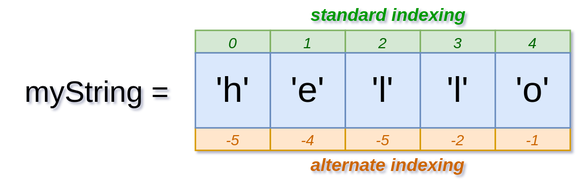
Before: Python_String_Sequence.svg, a diagram exported from draw.io (dcarroll242/dcarroll242.github.io). Source tidied: cells renumbered, new cells last; positions are measured from the earlier drawing's top-left corner, leaving out a move shared by most shapes.
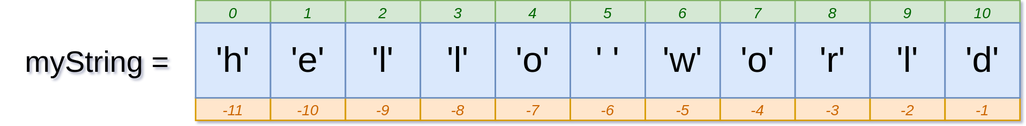
Later version of the same file.

The edit, as a diff of the source:
```diff
@@ -5,19 +5,19 @@
     <mxCell id="2" value="myString =&amp;nbsp;" style="text;html=1;strokeColor=none;fillColor=none;align=right;verticalAlign=middle;whiteSpace=wrap;rounded=0;fontSize=20;" parent="1" vertex="1">
       <mxGeometry y="50" width="120" height="20" as="geometry" />
     </mxCell>
-    <mxCell id="3" value="&lt;font size=&quot;1&quot;&gt;&lt;i&gt;-5&lt;/i&gt;&lt;/font&gt;" style="rounded=0;whiteSpace=wrap;html=1;fillColor=#ffe6cc;strokeColor=#d79b00;fontColor=#CC6600;" parent="1" vertex="1">
+    <mxCell id="3" value="&lt;font size=&quot;1&quot;&gt;&lt;i&gt;-11&lt;/i&gt;&lt;/font&gt;" style="rounded=0;whiteSpace=wrap;html=1;fillColor=#ffe6cc;strokeColor=#d79b00;fontColor=#CC6600;" parent="1" vertex="1">
       <mxGeometry x="130" y="85" width="50" height="15" as="geometry" />
     </mxCell>
-    <mxCell id="4" value="&lt;font size=&quot;1&quot;&gt;&lt;i&gt;-4&lt;/i&gt;&lt;/font&gt;" style="rounded=0;whiteSpace=wrap;html=1;fillColor=#ffe6cc;strokeColor=#d79b00;fontColor=#CC6600;" parent="1" vertex="1">
+    <mxCell id="4" value="&lt;font size=&quot;1&quot;&gt;&lt;i&gt;-10&lt;/i&gt;&lt;/font&gt;" style="rounded=0;whiteSpace=wrap;html=1;fillColor=#ffe6cc;strokeColor=#d79b00;fontColor=#CC6600;" parent="1" vertex="1">
       <mxGeometry x="180" y="85" width="50" height="15" as="geometry" />
     </mxCell>
-    <mxCell id="5" value="&lt;font size=&quot;1&quot;&gt;&lt;i&gt;-5&lt;/i&gt;&lt;/font&gt;" style="rounded=0;whiteSpace=wrap;html=1;fillColor=#ffe6cc;strokeColor=#d79b00;fontColor=#CC6600;" parent="1" vertex="1">
+    <mxCell id="5" value="&lt;font size=&quot;1&quot;&gt;&lt;i&gt;-9&lt;/i&gt;&lt;/font&gt;" style="rounded=0;whiteSpace=wrap;html=1;fillColor=#ffe6cc;strokeColor=#d79b00;fontColor=#CC6600;" parent="1" vertex="1">
       <mxGeometry x="230" y="85" width="50" height="15" as="geometry" />
     </mxCell>
-    <mxCell id="6" value="&lt;font size=&quot;1&quot;&gt;&lt;i&gt;-2&lt;/i&gt;&lt;/font&gt;" style="rounded=0;whiteSpace=wrap;html=1;fillColor=#ffe6cc;strokeColor=#d79b00;fontColor=#CC6600;" parent="1" vertex="1">
+    <mxCell id="6" value="&lt;font size=&quot;1&quot;&gt;&lt;i&gt;-8&lt;/i&gt;&lt;/font&gt;" style="rounded=0;whiteSpace=wrap;html=1;fillColor=#ffe6cc;strokeColor=#d79b00;fontColor=#CC6600;" parent="1" vertex="1">
       <mxGeometry x="280" y="85" width="50" height="15" as="geometry" />
     </mxCell>
-    <mxCell id="7" value="&lt;font size=&quot;1&quot;&gt;&lt;i&gt;-1&lt;/i&gt;&lt;/font&gt;" style="rounded=0;whiteSpace=wrap;html=1;fillColor=#ffe6cc;strokeColor=#d79b00;fontColor=#CC6600;" parent="1" vertex="1">
+    <mxCell id="7" value="&lt;font size=&quot;1&quot;&gt;&lt;i&gt;-7&lt;/i&gt;&lt;/font&gt;" style="rounded=0;whiteSpace=wrap;html=1;fillColor=#ffe6cc;strokeColor=#d79b00;fontColor=#CC6600;" parent="1" vertex="1">
       <mxGeometry x="330" y="85" width="50" height="15" as="geometry" />
     </mxCell>
     <mxCell id="8" value="&lt;font size=&quot;1&quot;&gt;&lt;i&gt;0&lt;/i&gt;&lt;/font&gt;" style="rounded=0;whiteSpace=wrap;html=1;fillColor=#d5e8d4;strokeColor=#82b366;fontColor=#006600;" parent="1" vertex="1">
@@ -35,12 +35,6 @@
     <mxCell id="12" value="&lt;font size=&quot;1&quot;&gt;&lt;i&gt;4&lt;/i&gt;&lt;/font&gt;" style="rounded=0;whiteSpace=wrap;html=1;fillColor=#d5e8d4;strokeColor=#82b366;fontColor=#006600;" parent="1" vertex="1">
       <mxGeometry x="330" y="20" width="50" height="15" as="geometry" />
     </mxCell>
-    <mxCell id="13" value="standard indexing" style="text;html=1;strokeColor=none;fillColor=none;align=left;verticalAlign=middle;whiteSpace=wrap;rounded=0;fontSize=12;fontStyle=3;fontColor=#009900;" parent="1" vertex="1">
-      <mxGeometry x="205" width="115" height="20" as="geometry" />
-    </mxCell>
-    <mxCell id="14" value="alternate indexing" style="text;html=1;strokeColor=none;fillColor=none;align=left;verticalAlign=middle;whiteSpace=wrap;rounded=0;fontSize=12;fontStyle=3;fontColor=#CC6600;" parent="1" vertex="1">
-      <mxGeometry x="205" y="100" width="105" height="20" as="geometry" />
-    </mxCell>
     <mxCell id="15" value="&lt;span style=&quot;font-size: 24px&quot;&gt;&lt;span&gt;'h'&lt;/span&gt;&lt;/span&gt;" style="rounded=0;whiteSpace=wrap;html=1;fillColor=#dae8fc;strokeColor=#6c8ebf;fontStyle=0;" parent="1" vertex="1">
       <mxGeometry x="130" y="35" width="50" height="50" as="geometry" />
     </mxCell>
@@ -56,5 +50,59 @@
     <mxCell id="19" value="&lt;span style=&quot;font-size: 24px&quot;&gt;'o'&lt;/span&gt;" style="rounded=0;whiteSpace=wrap;html=1;fillColor=#dae8fc;strokeColor=#6c8ebf;fontStyle=0;" parent="1" vertex="1">
       <mxGeometry x="330" y="35" width="50" height="50" as="geometry" />
     </mxCell>
+    <mxCell id="20" value="&lt;font size=&quot;1&quot;&gt;&lt;i&gt;-6&lt;/i&gt;&lt;/font&gt;" style="rounded=0;whiteSpace=wrap;html=1;fillColor=#ffe6cc;strokeColor=#d79b00;fontColor=#CC6600;" parent="1" vertex="1">
+      <mxGeometry x="380" y="85" width="50" height="15" as="geometry" />
+    </mxCell>
+    <mxCell id="21" value="&lt;font size=&quot;1&quot;&gt;&lt;i&gt;-5&lt;/i&gt;&lt;/font&gt;" style="rounded=0;whiteSpace=wrap;html=1;fillColor=#ffe6cc;strokeColor=#d79b00;fontColor=#CC6600;" parent="1" vertex="1">
+      <mxGeometry x="430" y="85" width="50" height="15" as="geometry" />
+    </mxCell>
+    <mxCell id="22" value="&lt;font size=&quot;1&quot;&gt;&lt;i&gt;-4&lt;/i&gt;&lt;/font&gt;" style="rounded=0;whiteSpace=wrap;html=1;fillColor=#ffe6cc;strokeColor=#d79b00;fontColor=#CC6600;" parent="1" vertex="1">
+      <mxGeometry x="480" y="85" width="50" height="15" as="geometry" />
+    </mxCell>
+    <mxCell id="23" value="&lt;font size=&quot;1&quot;&gt;&lt;i&gt;-3&lt;/i&gt;&lt;/font&gt;" style="rounded=0;whiteSpace=wrap;html=1;fillColor=#ffe6cc;strokeColor=#d79b00;fontColor=#CC6600;" parent="1" vertex="1">
+      <mxGeometry x="530" y="85" width="50" height="15" as="geometry" />
+    </mxCell>
+    <mxCell id="24" value="&lt;font size=&quot;1&quot;&gt;&lt;i&gt;-2&lt;/i&gt;&lt;/font&gt;" style="rounded=0;whiteSpace=wrap;html=1;fillColor=#ffe6cc;strokeColor=#d79b00;fontColor=#CC6600;" parent="1" vertex="1">
+      <mxGeometry x="580" y="85" width="50" height="15" as="geometry" />
+    </mxCell>
+    <mxCell id="25" value="&lt;font size=&quot;1&quot;&gt;&lt;i&gt;5&lt;/i&gt;&lt;/font&gt;" style="rounded=0;whiteSpace=wrap;html=1;fillColor=#d5e8d4;strokeColor=#82b366;fontColor=#006600;" parent="1" vertex="1">
+      <mxGeometry x="380" y="20" width="50" height="15" as="geometry" />
+    </mxCell>
+    <mxCell id="26" value="&lt;font size=&quot;1&quot;&gt;&lt;i&gt;6&lt;/i&gt;&lt;/font&gt;" style="rounded=0;whiteSpace=wrap;html=1;fillColor=#d5e8d4;strokeColor=#82b366;fontColor=#006600;" parent="1" vertex="1">
+      <mxGeometry x="430" y="20" width="50" height="15" as="geometry" />
+    </mxCell>
+    <mxCell id="27" value="&lt;font size=&quot;1&quot;&gt;&lt;i&gt;7&lt;/i&gt;&lt;/font&gt;" style="rounded=0;whiteSpace=wrap;html=1;fillColor=#d5e8d4;strokeColor=#82b366;fontColor=#006600;" parent="1" vertex="1">
+      <mxGeometry x="480" y="20" width="50" height="15" as="geometry" />
+    </mxCell>
+    <mxCell id="28" value="&lt;font size=&quot;1&quot;&gt;&lt;i&gt;8&lt;/i&gt;&lt;/font&gt;" style="rounded=0;whiteSpace=wrap;html=1;fillColor=#d5e8d4;strokeColor=#82b366;fontColor=#006600;" parent="1" vertex="1">
+      <mxGeometry x="530" y="20" width="50" height="15" as="geometry" />
+    </mxCell>
+    <mxCell id="29" value="&lt;font size=&quot;1&quot;&gt;&lt;i&gt;9&lt;/i&gt;&lt;/font&gt;" style="rounded=0;whiteSpace=wrap;html=1;fillColor=#d5e8d4;strokeColor=#82b366;fontColor=#006600;" parent="1" vertex="1">
+      <mxGeometry x="580" y="20" width="50" height="15" as="geometry" />
+    </mxCell>
+    <mxCell id="30" value="&lt;span style=&quot;font-size: 24px&quot;&gt;&lt;span&gt;' '&lt;/span&gt;&lt;/span&gt;" style="rounded=0;whiteSpace=wrap;html=1;fillColor=#dae8fc;strokeColor=#6c8ebf;fontStyle=0;" parent="1" vertex="1">
+      <mxGeometry x="380" y="35" width="50" height="50" as="geometry" />
+    </mxCell>
+    <mxCell id="31" value="&lt;span style=&quot;font-size: 24px&quot;&gt;'w'&lt;/span&gt;" style="rounded=0;whiteSpace=wrap;html=1;fillColor=#dae8fc;strokeColor=#6c8ebf;fontStyle=0;" parent="1" vertex="1">
+      <mxGeometry x="430" y="35" width="50" height="50" as="geometry" />
+    </mxCell>
+    <mxCell id="32" value="&lt;span style=&quot;font-size: 24px&quot;&gt;'o'&lt;/span&gt;" style="rounded=0;whiteSpace=wrap;html=1;fillColor=#dae8fc;strokeColor=#6c8ebf;fontStyle=0;" parent="1" vertex="1">
+      <mxGeometry x="480" y="35" width="50" height="50" as="geometry" />
+    </mxCell>
+    <mxCell id="33" value="&lt;span style=&quot;font-size: 24px&quot;&gt;'r'&lt;/span&gt;" style="rounded=0;whiteSpace=wrap;html=1;fillColor=#dae8fc;strokeColor=#6c8ebf;fontStyle=0;" parent="1" vertex="1">
+      <mxGeometry x="530" y="35" width="50" height="50" as="geometry" />
+    </mxCell>
+    <mxCell id="34" value="&lt;span style=&quot;font-size: 24px&quot;&gt;'l'&lt;/span&gt;" style="rounded=0;whiteSpace=wrap;html=1;fillColor=#dae8fc;strokeColor=#6c8ebf;fontStyle=0;" parent="1" vertex="1">
+      <mxGeometry x="580" y="35" width="50" height="50" as="geometry" />
+    </mxCell>
+    <mxCell id="35" value="&lt;font size=&quot;1&quot;&gt;&lt;i&gt;-1&lt;/i&gt;&lt;/font&gt;" style="rounded=0;whiteSpace=wrap;html=1;fillColor=#ffe6cc;strokeColor=#d79b00;fontColor=#CC6600;" parent="1" vertex="1">
+      <mxGeometry x="630" y="85" width="50" height="15" as="geometry" />
+    </mxCell>
+    <mxCell id="36" value="&lt;font size=&quot;1&quot;&gt;&lt;i&gt;10&lt;/i&gt;&lt;/font&gt;" style="rounded=0;whiteSpace=wrap;html=1;fillColor=#d5e8d4;strokeColor=#82b366;fontColor=#006600;" parent="1" vertex="1">
+      <mxGeometry x="630" y="20" width="50" height="15" as="geometry" />
+    </mxCell>
+    <mxCell id="37" value="&lt;span style=&quot;font-size: 24px&quot;&gt;'d'&lt;/span&gt;" style="rounded=0;whiteSpace=wrap;html=1;fillColor=#dae8fc;strokeColor=#6c8ebf;fontStyle=0;" parent="1" vertex="1">
+      <mxGeometry x="630" y="35" width="50" height="50" as="geometry" />
+    </mxCell>
   </root>
 </mxGraphModel>
```
